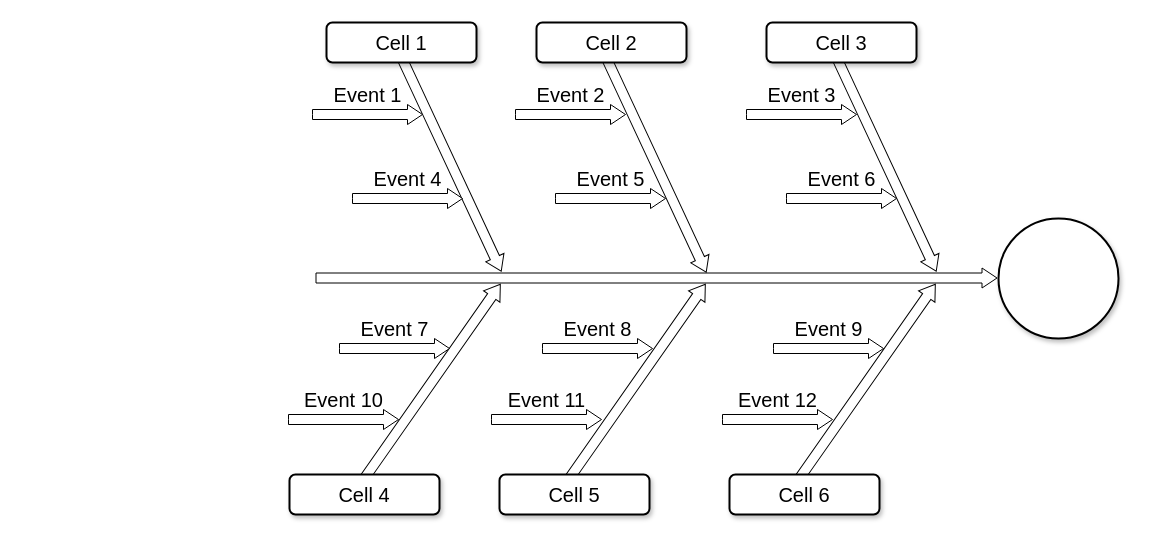
Before: diagrammen/2025-06-09 Ishikawa.drawio in LeroyGerrits/zuyd, a draw.io diagram. Source tidied: cells renumbered, new cells numbered last; positions are measured from the earlier drawing's top-left corner, leaving out a move shared by most shapes. Both pictures are drawn from the tidied source at 100%, with x=0, y=0 at pixel (289, -63).
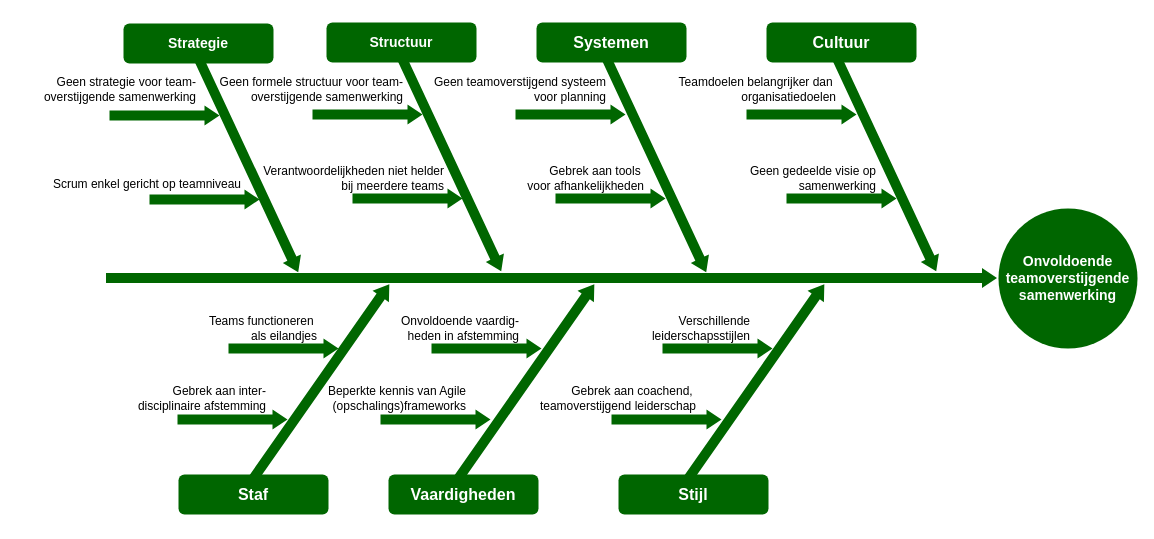
After the change.

What changed in the source:
```diff
@@
-    <mxCell id="2" style="html=1;shadow=0;dashed=0;align=center;verticalAlign=middle;shape=mxgraph.arrows2.arrow;dy=0.5;dx=15;direction=north;notch=0;rounded=0;strokeWidth=1;fontSize=20;rotation=35;" parent="1" vertex="1">
-      <mxGeometry x="132" y="325" width="20" height="240" as="geometry" />
+    <mxCell id="2" style="html=1;shadow=0;dashed=0;align=center;verticalAlign=middle;shape=mxgraph.arrows2.arrow;dy=0.5;dx=15;direction=north;notch=0;rounded=0;strokeWidth=1;fontSize=20;rotation=35;strokeColor=none;fillColor=#006600;" parent="1" vertex="1">
+      <mxGeometry x="21" y="325" width="20" height="240" as="geometry" />
     </mxCell>
-    <mxCell id="3" style="html=1;shadow=0;dashed=0;align=center;verticalAlign=middle;shape=mxgraph.arrows2.arrow;dy=0.5;dx=15;direction=north;notch=0;rounded=0;strokeWidth=1;fontSize=20;rotation=35;" parent="1" vertex="1">
-      <mxGeometry x="337" y="325" width="20" height="240" as="geometry" />
+    <mxCell id="3" style="html=1;shadow=0;dashed=0;align=center;verticalAlign=middle;shape=mxgraph.arrows2.arrow;dy=0.5;dx=15;direction=north;notch=0;rounded=0;strokeWidth=1;fontSize=20;rotation=35;strokeColor=none;fillColor=#006600;" parent="1" vertex="1">
+      <mxGeometry x="226" y="325" width="20" height="240" as="geometry" />
     </mxCell>
-    <mxCell id="4" style="html=1;shadow=0;dashed=0;align=center;verticalAlign=middle;shape=mxgraph.arrows2.arrow;dy=0.5;dx=15;direction=north;notch=0;rounded=0;strokeWidth=1;fontSize=20;rotation=35;" parent="1" vertex="1">
-      <mxGeometry x="567" y="325" width="20" height="240" as="geometry" />
+    <mxCell id="4" style="html=1;shadow=0;dashed=0;align=center;verticalAlign=middle;shape=mxgraph.arrows2.arrow;dy=0.5;dx=15;direction=north;notch=0;rounded=0;strokeWidth=1;fontSize=20;rotation=35;strokeColor=none;fillColor=#006600;" parent="1" vertex="1">
+      <mxGeometry x="456" y="325" width="20" height="240" as="geometry" />
     </mxCell>
-    <mxCell id="5" style="html=1;shadow=0;dashed=0;align=center;verticalAlign=middle;shape=mxgraph.arrows2.arrow;dy=0.5;dx=15;direction=north;notch=0;rounded=0;strokeWidth=1;fontSize=20;rotation=90;" parent="1" vertex="1">
-      <mxGeometry x="357" width="20" height="681" as="geometry" />
+    <mxCell id="5" style="html=1;shadow=0;dashed=0;align=center;verticalAlign=middle;shape=mxgraph.arrows2.arrow;dy=0.5;dx=15;direction=north;notch=0;rounded=0;strokeWidth=1;fontSize=20;rotation=90;strokeColor=none;fillColor=#006600;" parent="1" vertex="1">
+      <mxGeometry x="252" y="-105" width="20" height="891" as="geometry" />
     </mxCell>
-    <mxCell id="6" style="html=1;shadow=0;dashed=0;align=center;verticalAlign=middle;shape=mxgraph.arrows2.arrow;dy=0.5;dx=15;direction=north;notch=0;rounded=0;strokeWidth=1;fontSize=20;rotation=155;" parent="1" vertex="1">
+    <mxCell id="6" style="html=1;shadow=0;dashed=0;align=center;verticalAlign=middle;shape=mxgraph.arrows2.arrow;dy=0.5;dx=15;direction=north;notch=0;rounded=0;strokeWidth=0;fontSize=20;rotation=155;fillStyle=solid;fillColor=#006600;strokeColor=none;" parent="1" vertex="1">
       <mxGeometry x="151" y="105" width="20" height="240" as="geometry" />
     </mxCell>
-    <mxCell id="7" style="html=1;shadow=0;dashed=0;align=center;verticalAlign=middle;shape=mxgraph.arrows2.arrow;dy=0.5;dx=15;direction=north;notch=0;rounded=0;strokeWidth=1;fontSize=20;rotation=155;" parent="1" vertex="1">
+    <mxCell id="7" style="html=1;shadow=0;dashed=0;align=center;verticalAlign=middle;shape=mxgraph.arrows2.arrow;dy=0.5;dx=15;direction=north;notch=0;rounded=0;strokeWidth=1;fontSize=20;rotation=155;fillColor=#006600;strokeColor=none;" parent="1" vertex="1">
       <mxGeometry x="356" y="106" width="20" height="240" as="geometry" />
     </mxCell>
-    <mxCell id="8" style="html=1;shadow=0;dashed=0;align=center;verticalAlign=middle;shape=mxgraph.arrows2.arrow;dy=0.5;dx=15;direction=north;notch=0;rounded=0;strokeWidth=1;fontSize=20;rotation=155;" parent="1" vertex="1">
+    <mxCell id="8" style="html=1;shadow=0;dashed=0;align=center;verticalAlign=middle;shape=mxgraph.arrows2.arrow;dy=0.5;dx=15;direction=north;notch=0;rounded=0;strokeWidth=1;fontSize=20;rotation=155;strokeColor=none;fillColor=#006600;" parent="1" vertex="1">
       <mxGeometry x="586" y="105" width="20" height="240" as="geometry" />
     </mxCell>
-    <mxCell id="9" value="Cell 1" style="rounded=1;whiteSpace=wrap;html=1;shadow=1;strokeWidth=2;fontSize=20;" parent="1" vertex="1">
+    <mxCell id="9" value="Structuur" style="rounded=1;whiteSpace=wrap;html=1;shadow=0;strokeWidth=2;fontSize=14;strokeColor=none;fillColor=#006600;fontColor=#FFFFFF;fontStyle=1;" parent="1" vertex="1">
       <mxGeometry x="37" y="85" width="150" height="40" as="geometry" />
     </mxCell>
-    <mxCell id="10" value="Cell 2" style="rounded=1;whiteSpace=wrap;html=1;shadow=1;strokeWidth=2;fontSize=20;" parent="1" vertex="1">
+    <mxCell id="10" value="Systemen" style="rounded=1;whiteSpace=wrap;html=1;shadow=0;strokeWidth=2;fontSize=16;strokeColor=none;fillColor=#006600;fontColor=#FFFFFF;fontStyle=1;" parent="1" vertex="1">
       <mxGeometry x="247" y="85" width="150" height="40" as="geometry" />
     </mxCell>
-    <mxCell id="11" value="Cell 3" style="rounded=1;whiteSpace=wrap;html=1;shadow=1;strokeWidth=2;fontSize=20;" parent="1" vertex="1">
+    <mxCell id="11" value="Cultuur" style="rounded=1;whiteSpace=wrap;html=1;shadow=0;strokeWidth=2;fontSize=16;fontColor=#FFFFFF;strokeColor=none;fillColor=#006600;fontStyle=1;" parent="1" vertex="1">
       <mxGeometry x="477" y="85" width="150" height="40" as="geometry" />
     </mxCell>
-    <mxCell id="12" value="Cell 4" style="rounded=1;whiteSpace=wrap;html=1;shadow=1;strokeWidth=2;fontSize=20;" parent="1" vertex="1">
-      <mxGeometry y="537" width="150" height="40" as="geometry" />
+    <mxCell id="12" value="Staf" style="rounded=1;whiteSpace=wrap;html=1;shadow=0;strokeWidth=2;fontSize=16;strokeColor=none;fillColor=#006600;fontColor=#FFFFFF;fontStyle=1;" parent="1" vertex="1">
+      <mxGeometry x="-111" y="537" width="150" height="40" as="geometry" />
     </mxCell>
-    <mxCell id="13" value="Cell 5" style="rounded=1;whiteSpace=wrap;html=1;shadow=1;strokeWidth=2;fontSize=20;" parent="1" vertex="1">
-      <mxGeometry x="210" y="537" width="150" height="40" as="geometry" />
+    <mxCell id="13" value="Vaardigheden" style="rounded=1;whiteSpace=wrap;html=1;shadow=0;strokeWidth=2;fontSize=16;fontColor=#FFFFFF;strokeColor=none;fillColor=#006600;fontStyle=1;" parent="1" vertex="1">
+      <mxGeometry x="99" y="537" width="150" height="40" as="geometry" />
     </mxCell>
-    <mxCell id="14" value="Cell 6" style="rounded=1;whiteSpace=wrap;html=1;shadow=1;strokeWidth=2;fontSize=20;" parent="1" vertex="1">
-      <mxGeometry x="440" y="537" width="150" height="40" as="geometry" />
+    <mxCell id="14" value="Stijl" style="rounded=1;whiteSpace=wrap;html=1;shadow=0;strokeWidth=2;fontSize=16;strokeColor=none;fillColor=#006600;fontColor=#FFFFFF;fontStyle=1;" parent="1" vertex="1">
+      <mxGeometry x="329" y="537" width="150" height="40" as="geometry" />
     </mxCell>
-    <mxCell id="15" style="ellipse;whiteSpace=wrap;html=1;rounded=1;shadow=1;strokeWidth=2;fontSize=20;" parent="1" vertex="1">
-      <mxGeometry x="709" y="281" width="120" height="120" as="geometry" />
+    <mxCell id="15" value="&lt;font&gt;&lt;b&gt;Onvoldoende teamoverstijgende samenwerking&lt;/b&gt;&lt;/font&gt;" style="ellipse;whiteSpace=wrap;html=1;rounded=1;shadow=0;strokeWidth=2;fontSize=14;fillColor=#006600;fontColor=#FFFFFF;strokeColor=none;" parent="1" vertex="1">
+      <mxGeometry x="709" y="271" width="139" height="140" as="geometry" />
     </mxCell>
-    <mxCell id="16" value="Event 1" style="html=1;shadow=0;dashed=0;align=center;verticalAlign=middle;shape=mxgraph.arrows2.arrow;dy=0.5;dx=15;direction=north;notch=0;rounded=0;strokeWidth=1;fontSize=20;rotation=90;horizontal=0;labelPosition=left;verticalLabelPosition=middle;" parent="1" vertex="1">
+    <mxCell id="16" style="html=1;shadow=0;dashed=0;align=right;verticalAlign=middle;shape=mxgraph.arrows2.arrow;dy=0.5;dx=15;direction=north;notch=0;rounded=0;strokeWidth=1;fontSize=20;rotation=90;horizontal=0;labelPosition=left;verticalLabelPosition=middle;strokeColor=none;fillColor=#006600;" parent="1" vertex="1">
       <mxGeometry x="68" y="122" width="20" height="110" as="geometry" />
     </mxCell>
-    <mxCell id="17" value="Event 2" style="html=1;shadow=0;dashed=0;align=center;verticalAlign=middle;shape=mxgraph.arrows2.arrow;dy=0.5;dx=15;direction=north;notch=0;rounded=0;strokeWidth=1;fontSize=20;rotation=90;horizontal=0;labelPosition=left;verticalLabelPosition=middle;" parent="1" vertex="1">
+    <mxCell id="17" style="html=1;shadow=0;dashed=0;align=center;verticalAlign=middle;shape=mxgraph.arrows2.arrow;dy=0.5;dx=15;direction=north;notch=0;rounded=0;strokeWidth=1;fontSize=20;rotation=90;horizontal=0;labelPosition=left;verticalLabelPosition=middle;strokeColor=none;fillColor=#006600;" parent="1" vertex="1">
       <mxGeometry x="271" y="122" width="20" height="110" as="geometry" />
     </mxCell>
-    <mxCell id="18" value="Event 3" style="html=1;shadow=0;dashed=0;align=center;verticalAlign=middle;shape=mxgraph.arrows2.arrow;dy=0.5;dx=15;direction=north;notch=0;rounded=0;strokeWidth=1;fontSize=20;rotation=90;horizontal=0;labelPosition=left;verticalLabelPosition=middle;" parent="1" vertex="1">
+    <mxCell id="18" style="html=1;shadow=0;dashed=0;align=center;verticalAlign=middle;shape=mxgraph.arrows2.arrow;dy=0.5;dx=15;direction=north;notch=0;rounded=0;strokeWidth=1;fontSize=20;rotation=90;horizontal=0;labelPosition=left;verticalLabelPosition=middle;strokeColor=none;fillColor=#006600;" parent="1" vertex="1">
       <mxGeometry x="502" y="122" width="20" height="110" as="geometry" />
     </mxCell>
-    <mxCell id="19" value="Event 10" style="html=1;shadow=0;dashed=0;align=center;verticalAlign=middle;shape=mxgraph.arrows2.arrow;dy=0.5;dx=15;direction=north;notch=0;rounded=0;strokeWidth=1;fontSize=20;rotation=90;horizontal=0;labelPosition=left;verticalLabelPosition=middle;" parent="1" vertex="1">
-      <mxGeometry x="44" y="427" width="20" height="110" as="geometry" />
+    <mxCell id="19" style="html=1;shadow=0;dashed=0;align=center;verticalAlign=middle;shape=mxgraph.arrows2.arrow;dy=0.5;dx=15;direction=north;notch=0;rounded=0;strokeWidth=1;fontSize=20;rotation=90;horizontal=0;labelPosition=left;verticalLabelPosition=middle;strokeColor=none;fillColor=#006600;" parent="1" vertex="1">
+      <mxGeometry x="-67" y="427" width="20" height="110" as="geometry" />
     </mxCell>
-    <mxCell id="20" value="Event 11" style="html=1;shadow=0;dashed=0;align=center;verticalAlign=middle;shape=mxgraph.arrows2.arrow;dy=0.5;dx=15;direction=north;notch=0;rounded=0;strokeWidth=1;fontSize=20;rotation=90;horizontal=0;labelPosition=left;verticalLabelPosition=middle;" parent="1" vertex="1">
-      <mxGeometry x="247" y="427" width="20" height="110" as="geometry" />
+    <mxCell id="20" style="html=1;shadow=0;dashed=0;align=center;verticalAlign=middle;shape=mxgraph.arrows2.arrow;dy=0.5;dx=15;direction=north;notch=0;rounded=0;strokeWidth=1;fontSize=20;rotation=90;horizontal=0;labelPosition=left;verticalLabelPosition=middle;strokeColor=none;fillColor=#006600;" parent="1" vertex="1">
+      <mxGeometry x="136" y="427" width="20" height="110" as="geometry" />
     </mxCell>
-    <mxCell id="21" value="Event 12" style="html=1;shadow=0;dashed=0;align=center;verticalAlign=middle;shape=mxgraph.arrows2.arrow;dy=0.5;dx=15;direction=north;notch=0;rounded=0;strokeWidth=1;fontSize=20;rotation=90;horizontal=0;labelPosition=left;verticalLabelPosition=middle;" parent="1" vertex="1">
-      <mxGeometry x="478" y="427" width="20" height="110" as="geometry" />
+    <mxCell id="21" style="html=1;shadow=0;dashed=0;align=center;verticalAlign=middle;shape=mxgraph.arrows2.arrow;dy=0.5;dx=15;direction=north;notch=0;rounded=0;strokeWidth=1;fontSize=20;rotation=90;horizontal=0;labelPosition=left;verticalLabelPosition=middle;strokeColor=none;fillColor=#006600;" parent="1" vertex="1">
+      <mxGeometry x="367" y="427" width="20" height="110" as="geometry" />
     </mxCell>
-    <mxCell id="22" value="Event 4" style="html=1;shadow=0;dashed=0;align=center;verticalAlign=middle;shape=mxgraph.arrows2.arrow;dy=0.5;dx=15;direction=north;notch=0;rounded=0;strokeWidth=1;fontSize=20;rotation=90;horizontal=0;labelPosition=left;verticalLabelPosition=middle;" parent="1" vertex="1">
+    <mxCell id="22" style="html=1;shadow=0;dashed=0;align=center;verticalAlign=middle;shape=mxgraph.arrows2.arrow;dy=0.5;dx=15;direction=north;notch=0;rounded=0;strokeWidth=1;fontSize=20;rotation=90;horizontal=0;labelPosition=left;verticalLabelPosition=middle;fillColor=#006600;strokeColor=none;" parent="1" vertex="1">
       <mxGeometry x="108" y="206" width="20" height="110" as="geometry" />
     </mxCell>
-    <mxCell id="23" value="Event 5" style="html=1;shadow=0;dashed=0;align=center;verticalAlign=middle;shape=mxgraph.arrows2.arrow;dy=0.5;dx=15;direction=north;notch=0;rounded=0;strokeWidth=1;fontSize=20;rotation=90;horizontal=0;labelPosition=left;verticalLabelPosition=middle;" parent="1" vertex="1">
+    <mxCell id="23" style="html=1;shadow=0;dashed=0;align=center;verticalAlign=middle;shape=mxgraph.arrows2.arrow;dy=0.5;dx=15;direction=north;notch=0;rounded=0;strokeWidth=1;fontSize=20;rotation=90;horizontal=0;labelPosition=left;verticalLabelPosition=middle;strokeColor=none;fillColor=#006600;" parent="1" vertex="1">
       <mxGeometry x="311" y="206" width="20" height="110" as="geometry" />
     </mxCell>
-    <mxCell id="24" value="Event 6" style="html=1;shadow=0;dashed=0;align=center;verticalAlign=middle;shape=mxgraph.arrows2.arrow;dy=0.5;dx=15;direction=north;notch=0;rounded=0;strokeWidth=1;fontSize=20;rotation=90;horizontal=0;labelPosition=left;verticalLabelPosition=middle;" parent="1" vertex="1">
+    <mxCell id="24" style="html=1;shadow=0;dashed=0;align=center;verticalAlign=middle;shape=mxgraph.arrows2.arrow;dy=0.5;dx=15;direction=north;notch=0;rounded=0;strokeWidth=1;fontSize=20;rotation=90;horizontal=0;labelPosition=left;verticalLabelPosition=middle;fillColor=#006600;strokeColor=none;" parent="1" vertex="1">
       <mxGeometry x="542" y="206" width="20" height="110" as="geometry" />
     </mxCell>
-    <mxCell id="25" value="Event 7" style="html=1;shadow=0;dashed=0;align=center;verticalAlign=middle;shape=mxgraph.arrows2.arrow;dy=0.5;dx=15;direction=north;notch=0;rounded=0;strokeWidth=1;fontSize=20;rotation=90;horizontal=0;labelPosition=left;verticalLabelPosition=middle;" parent="1" vertex="1">
-      <mxGeometry x="95" y="356" width="20" height="110" as="geometry" />
+    <mxCell id="25" style="html=1;shadow=0;dashed=0;align=center;verticalAlign=middle;shape=mxgraph.arrows2.arrow;dy=0.5;dx=15;direction=north;notch=0;rounded=0;strokeWidth=1;fontSize=20;rotation=90;horizontal=0;labelPosition=left;verticalLabelPosition=middle;fillColor=#006600;strokeColor=none;" parent="1" vertex="1">
+      <mxGeometry x="-16" y="356" width="20" height="110" as="geometry" />
     </mxCell>
-    <mxCell id="26" value="Event 8" style="html=1;shadow=0;dashed=0;align=center;verticalAlign=middle;shape=mxgraph.arrows2.arrow;dy=0.5;dx=15;direction=north;notch=0;rounded=0;strokeWidth=1;fontSize=20;rotation=90;horizontal=0;labelPosition=left;verticalLabelPosition=middle;" parent="1" vertex="1">
-      <mxGeometry x="298" y="356" width="20" height="110" as="geometry" />
+    <mxCell id="26" style="html=1;shadow=0;dashed=0;align=center;verticalAlign=middle;shape=mxgraph.arrows2.arrow;dy=0.5;dx=15;direction=north;notch=0;rounded=0;strokeWidth=1;fontSize=20;rotation=90;horizontal=0;labelPosition=left;verticalLabelPosition=middle;strokeColor=none;fillColor=#006600;" parent="1" vertex="1">
+      <mxGeometry x="187" y="356" width="20" height="110" as="geometry" />
     </mxCell>
-    <mxCell id="27" value="Event 9" style="html=1;shadow=0;dashed=0;align=center;verticalAlign=middle;shape=mxgraph.arrows2.arrow;dy=0.5;dx=15;direction=north;notch=0;rounded=0;strokeWidth=1;fontSize=20;rotation=90;horizontal=0;labelPosition=left;verticalLabelPosition=middle;" parent="1" vertex="1">
-      <mxGeometry x="529" y="356" width="20" height="110" as="geometry" />
+    <mxCell id="27" style="html=1;shadow=0;dashed=0;align=center;verticalAlign=middle;shape=mxgraph.arrows2.arrow;dy=0.5;dx=15;direction=north;notch=0;rounded=0;strokeWidth=1;fontSize=20;rotation=90;horizontal=0;labelPosition=left;verticalLabelPosition=middle;strokeColor=none;fillColor=#006600;" parent="1" vertex="1">
+      <mxGeometry x="418" y="356" width="20" height="110" as="geometry" />
     </mxCell>
+    <mxCell id="28" style="html=1;shadow=0;dashed=0;align=center;verticalAlign=middle;shape=mxgraph.arrows2.arrow;dy=0.5;dx=15;direction=north;notch=0;rounded=0;strokeWidth=0;fontSize=20;rotation=155;fillStyle=solid;fillColor=#006600;strokeColor=none;" parent="1" vertex="1">
+      <mxGeometry x="-52" y="106" width="20" height="240" as="geometry" />
+    </mxCell>
+    <mxCell id="29" value="Strategie" style="rounded=1;whiteSpace=wrap;html=1;shadow=0;strokeWidth=2;fontSize=14;strokeColor=none;fillColor=#006600;fontColor=#FFFFFF;fontStyle=1;" parent="1" vertex="1">
+      <mxGeometry x="-166" y="86" width="150" height="40" as="geometry" />
+    </mxCell>
+    <mxCell id="30" style="html=1;shadow=0;dashed=0;align=right;verticalAlign=middle;shape=mxgraph.arrows2.arrow;dy=0.5;dx=15;direction=north;notch=0;rounded=0;strokeWidth=1;fontSize=20;rotation=90;horizontal=0;labelPosition=left;verticalLabelPosition=middle;strokeColor=none;fillColor=#006600;" parent="1" vertex="1">
+      <mxGeometry x="-135" y="123" width="20" height="110" as="geometry" />
+    </mxCell>
+    <mxCell id="31" style="html=1;shadow=0;dashed=0;align=center;verticalAlign=middle;shape=mxgraph.arrows2.arrow;dy=0.5;dx=15;direction=north;notch=0;rounded=0;strokeWidth=1;fontSize=20;rotation=90;horizontal=0;labelPosition=left;verticalLabelPosition=middle;fillColor=#006600;strokeColor=none;" parent="1" vertex="1">
+      <mxGeometry x="-95" y="207" width="20" height="110" as="geometry" />
+    </mxCell>
+    <mxCell id="32" value="&lt;font&gt;Geen strategie voor&amp;nbsp;&lt;/font&gt;&lt;span style=&quot;background-color: transparent; color: light-dark(rgb(0, 0, 0), rgb(255, 255, 255));&quot;&gt;team-&lt;/span&gt;&lt;div&gt;&lt;span style=&quot;background-color: transparent; color: light-dark(rgb(0, 0, 0), rgb(255, 255, 255));&quot;&gt;overstijgende samenwerking&lt;/span&gt;&lt;/div&gt;" style="text;html=1;align=right;verticalAlign=middle;strokeColor=none;fillColor=none;fontSize=12;" parent="1" vertex="1">
+      <mxGeometry x="-272" y="132" width="180" height="40" as="geometry" />
+    </mxCell>
+    <mxCell id="33" value="Scrum enkel gericht op teamniveau" style="text;html=1;align=right;verticalAlign=middle;strokeColor=none;fillColor=none;fontSize=12;" parent="1" vertex="1">
+      <mxGeometry x="-257" y="232" width="210" height="30" as="geometry" />
+    </mxCell>
+    <mxCell id="34" value="Geen formele structuur voor&amp;nbsp;&lt;span style=&quot;background-color: transparent; color: light-dark(rgb(0, 0, 0), rgb(255, 255, 255));&quot;&gt;team-&lt;/span&gt;&lt;div&gt;&lt;span style=&quot;background-color: transparent; color: light-dark(rgb(0, 0, 0), rgb(255, 255, 255));&quot;&gt;overstijgende samenwerking&lt;/span&gt;&lt;/div&gt;" style="text;html=1;align=right;verticalAlign=middle;strokeColor=none;fillColor=none;fontSize=12;" parent="1" vertex="1">
+      <mxGeometry x="-95" y="132" width="210" height="40" as="geometry" />
+    </mxCell>
+    <mxCell id="35" value="Verantwoordelijkheden niet helder&lt;div&gt;bij meerdere teams&lt;/div&gt;" style="text;html=1;align=right;verticalAlign=middle;strokeColor=none;fillColor=none;fontSize=12;" parent="1" vertex="1">
+      <mxGeometry x="-44" y="221" width="200" height="40" as="geometry" />
+    </mxCell>
+    <mxCell id="36" value="Geen teamoverstijgend systeem&lt;div&gt;voor planning&lt;/div&gt;" style="text;html=1;align=right;verticalAlign=middle;strokeColor=none;fillColor=none;fontSize=12;" parent="1" vertex="1">
+      <mxGeometry x="118" y="132" width="200" height="40" as="geometry" />
+    </mxCell>
+    <mxCell id="37" value="Gebrek aan tools&amp;nbsp;&lt;div&gt;voor afhankelijkheden&lt;/div&gt;" style="text;html=1;align=right;verticalAlign=middle;strokeColor=none;fillColor=none;fontSize=12;" parent="1" vertex="1">
+      <mxGeometry x="216" y="221" width="140" height="40" as="geometry" />
+    </mxCell>
+    <mxCell id="38" value="Teamdoelen belangrijker dan&amp;nbsp;&lt;div&gt;organisatiedoelen&lt;/div&gt;" style="text;html=1;align=right;verticalAlign=middle;strokeColor=none;fillColor=none;fontSize=12;" parent="1" vertex="1">
+      <mxGeometry x="368" y="132" width="180" height="40" as="geometry" />
+    </mxCell>
+    <mxCell id="39" value="Geen gedeelde visie op&lt;div&gt;samenwerking&lt;/div&gt;" style="text;html=1;align=right;verticalAlign=middle;strokeColor=none;fillColor=none;fontSize=12;" parent="1" vertex="1">
+      <mxGeometry x="438" y="221" width="150" height="40" as="geometry" />
+    </mxCell>
+    <mxCell id="40" value="Teams functioneren&amp;nbsp;&lt;div&gt;als eilandjes&lt;/div&gt;" style="text;html=1;align=right;verticalAlign=middle;strokeColor=none;fillColor=none;fontSize=12;" parent="1" vertex="1">
+      <mxGeometry x="-101" y="371" width="130" height="40" as="geometry" />
+    </mxCell>
+    <mxCell id="41" value="Gebrek aan inter-&lt;div&gt;disciplinaire&amp;nbsp;&lt;span style=&quot;background-color: transparent; color: light-dark(rgb(0, 0, 0), rgb(255, 255, 255));&quot;&gt;afstemming&lt;/span&gt;&lt;/div&gt;" style="text;html=1;align=right;verticalAlign=middle;strokeColor=none;fillColor=none;fontSize=12;" parent="1" vertex="1">
+      <mxGeometry x="-172" y="441" width="150" height="40" as="geometry" />
+    </mxCell>
+    <mxCell id="42" value="Onvoldoende vaardig-&lt;div&gt;heden&amp;nbsp;&lt;span style=&quot;background-color: transparent; color: light-dark(rgb(0, 0, 0), rgb(255, 255, 255));&quot;&gt;in afstemming&lt;/span&gt;&lt;/div&gt;" style="text;html=1;align=right;verticalAlign=middle;strokeColor=none;fillColor=none;fontSize=12;" parent="1" vertex="1">
+      <mxGeometry x="91" y="371" width="140" height="40" as="geometry" />
+    </mxCell>
+    <mxCell id="43" value="Beperkte kennis van Agile&lt;div&gt;(opschalings)frameworks&lt;/div&gt;" style="text;html=1;align=right;verticalAlign=middle;strokeColor=none;fillColor=none;fontSize=12;" parent="1" vertex="1">
+      <mxGeometry x="18" y="441" width="160" height="40" as="geometry" />
+    </mxCell>
+    <mxCell id="44" value="Verschillende&lt;div&gt;leiderschapsstijlen&lt;/div&gt;" style="text;html=1;align=right;verticalAlign=middle;strokeColor=none;fillColor=none;fontSize=12;" parent="1" vertex="1">
+      <mxGeometry x="342" y="371" width="120" height="40" as="geometry" />
+    </mxCell>
+    <mxCell id="45" value="Gebrek aan coachend,&amp;nbsp;&lt;div&gt;teamoverstijgend&amp;nbsp;&lt;span style=&quot;background-color: transparent; color: light-dark(rgb(0, 0, 0), rgb(255, 255, 255));&quot;&gt;leiderschap&lt;/span&gt;&lt;/div&gt;" style="text;html=1;align=right;verticalAlign=middle;strokeColor=none;fillColor=none;fontSize=12;" parent="1" vertex="1">
+      <mxGeometry x="228" y="441" width="180" height="40" as="geometry" />
+    </mxCell>
```
